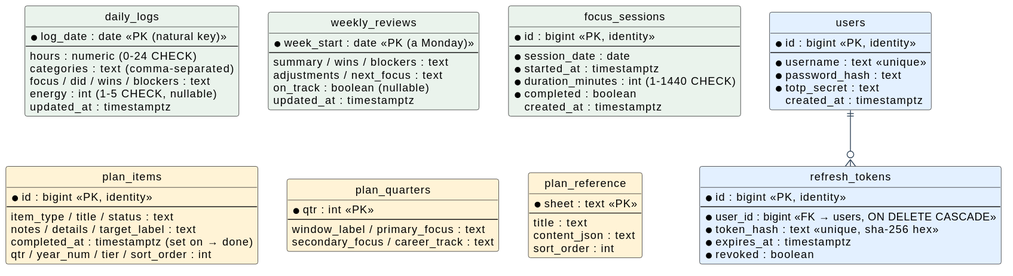
The PlantUML diagram gt2/docs/diagrams/data-model.svg in caseythecoder90/grindtrack, before a commit. The source it was exported from:
```plantuml
@startuml
hide circle
skinparam linetype ortho
skinparam backgroundColor #FFFFFF
skinparam defaultFontSize 13
skinparam defaultFontName Helvetica
skinparam shadowing false
skinparam ArrowColor #33475B
skinparam entity {
  BackgroundColor #EEF2F7
  BorderColor #33475B
  FontColor #12243A
}

entity "users" as users #E3F0FF {
  * id : bigint <<PK, identity>>
  --
  * username : text <<unique>>
  * password_hash : text
  * totp_secret : text
  created_at : timestamptz
}
entity "refresh_tokens" as refresh_tokens #E3F0FF {
  * id : bigint <<PK, identity>>
  --
  * user_id : bigint <<FK → users, ON DELETE CASCADE>>
  * token_hash : text <<unique, sha-256 hex>>
  * expires_at : timestamptz
  * revoked : boolean
}
entity "daily_logs" as daily_logs #EAF3EC {
  * log_date : date <<PK (natural key)>>
  --
  hours : numeric  (0-24 CHECK)
  categories : text  (comma-separated)
  focus / did / wins / blockers : text
  energy : int  (1-5 CHECK, nullable)
  updated_at : timestamptz
}
entity "weekly_reviews" as weekly_reviews #EAF3EC {
  * week_start : date <<PK (a Monday)>>
  --
  summary / wins / blockers : text
  adjustments / next_focus : text
  on_track : boolean (nullable)
  updated_at : timestamptz
}
entity "focus_sessions" as focus_sessions #EAF3EC {
  * id : bigint <<PK, identity>>
  --
  * session_date : date
  * started_at : timestamptz
  * duration_minutes : int (1-1440 CHECK)
  * completed : boolean
  created_at : timestamptz
}
entity "plan_items" as plan_items #FFF3D6 {
  * id : bigint <<PK, identity>>
  --
  item_type / title / status : text
  notes / details / target_label : text
  completed_at : timestamptz (set on → done)
  qtr / year_num / tier / sort_order : int
}
entity "plan_quarters" as plan_quarters #FFF3D6 {
  * qtr : int <<PK>>
  --
  window_label / primary_focus : text
  secondary_focus / career_track : text
}
entity "plan_reference" as plan_reference #FFF3D6 {
  * sheet : text <<PK>>
  --
  title : text
  content_json : text
  sort_order : int
}

users ||--o{ refresh_tokens
@enduml
```
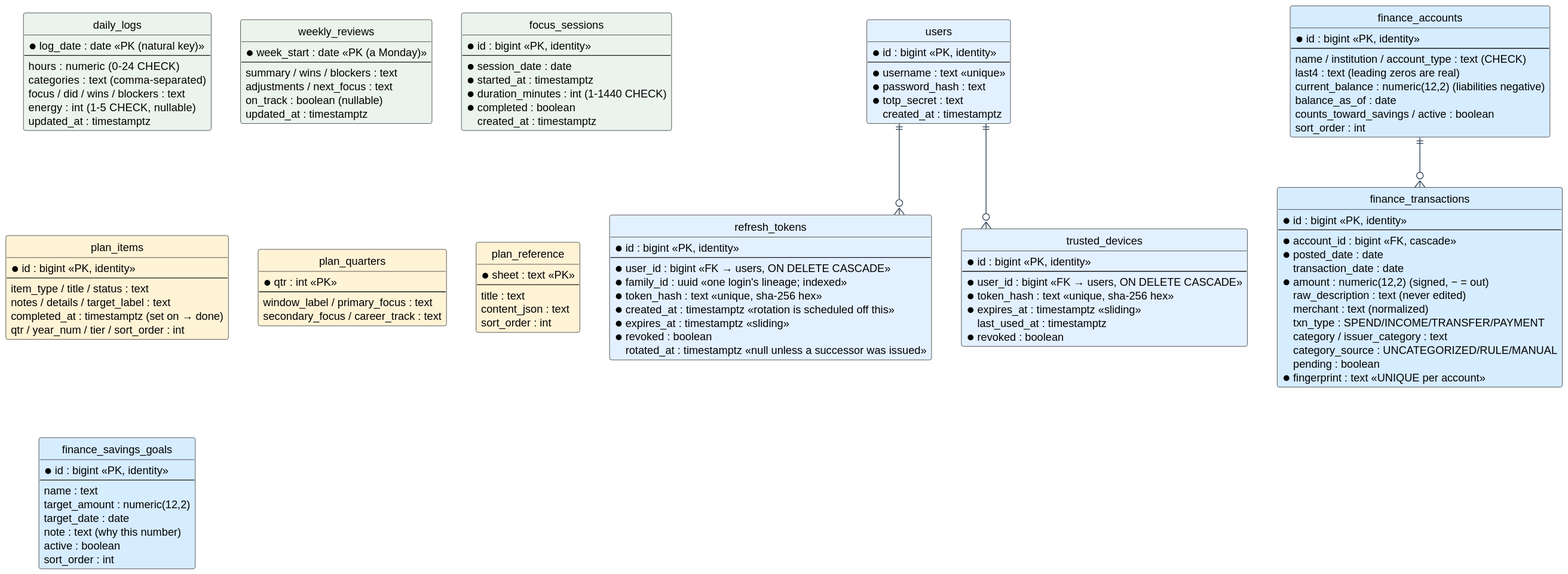
After the commit.

Change to the diagram source:
```diff
@@ -24,8 +24,20 @@
   * id : bigint <<PK, identity>>
   --
   * user_id : bigint <<FK → users, ON DELETE CASCADE>>
+  * family_id : uuid <<one login's lineage; indexed>>
   * token_hash : text <<unique, sha-256 hex>>
-  * expires_at : timestamptz
+  * created_at : timestamptz <<rotation is scheduled off this>>
+  * expires_at : timestamptz <<sliding>>
+  * revoked : boolean
+  rotated_at : timestamptz <<null unless a successor was issued>>
+}
+entity "trusted_devices" as trusted_devices #E3F0FF {
+  * id : bigint <<PK, identity>>
+  --
+  * user_id : bigint <<FK → users, ON DELETE CASCADE>>
+  * token_hash : text <<unique, sha-256 hex>>
+  * expires_at : timestamptz <<sliding>>
+  last_used_at : timestamptz
   * revoked : boolean
 }
 entity "daily_logs" as daily_logs #EAF3EC {
@@ -76,5 +88,43 @@
   sort_order : int
 }
 
+entity "finance_accounts" as finance_accounts #D6ECFF {
+  * id : bigint <<PK, identity>>
+  --
+  name / institution / account_type : text (CHECK)
+  last4 : text (leading zeros are real)
+  current_balance : numeric(12,2) (liabilities negative)
+  balance_as_of : date
+  counts_toward_savings / active : boolean
+  sort_order : int
+}
+entity "finance_transactions" as finance_transactions #D6ECFF {
+  * id : bigint <<PK, identity>>
+  --
+  * account_id : bigint <<FK, cascade>>
+  * posted_date : date
+  transaction_date : date
+  * amount : numeric(12,2) (signed, − = out)
+  raw_description : text (never edited)
+  merchant : text (normalized)
+  txn_type : SPEND/INCOME/TRANSFER/PAYMENT
+  category / issuer_category : text
+  category_source : UNCATEGORIZED/RULE/MANUAL
+  pending : boolean
+  * fingerprint : text <<UNIQUE per account>>
+}
+entity "finance_savings_goals" as finance_savings_goals #D6ECFF {
+  * id : bigint <<PK, identity>>
+  --
+  name : text
+  target_amount : numeric(12,2)
+  target_date : date
+  note : text (why this number)
+  active : boolean
+  sort_order : int
+}
+
 users ||--o{ refresh_tokens
+users ||--o{ trusted_devices
+finance_accounts ||--o{ finance_transactions
 @enduml
```
